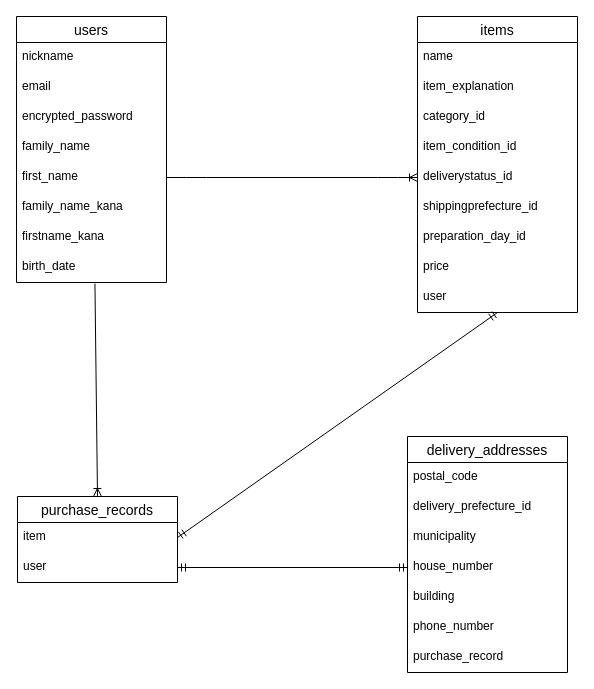
This is furima_31773.dio from hide-sugi/furima-31773, a draw.io file, before an edit. Source tidied: cells renumbered, new cells numbered last; positions are measured from the earlier drawing's top-left corner, leaving out a move shared by most shapes. Both pictures are drawn from the tidied source at 100%, with x=0, y=0 at pixel (16, 16).
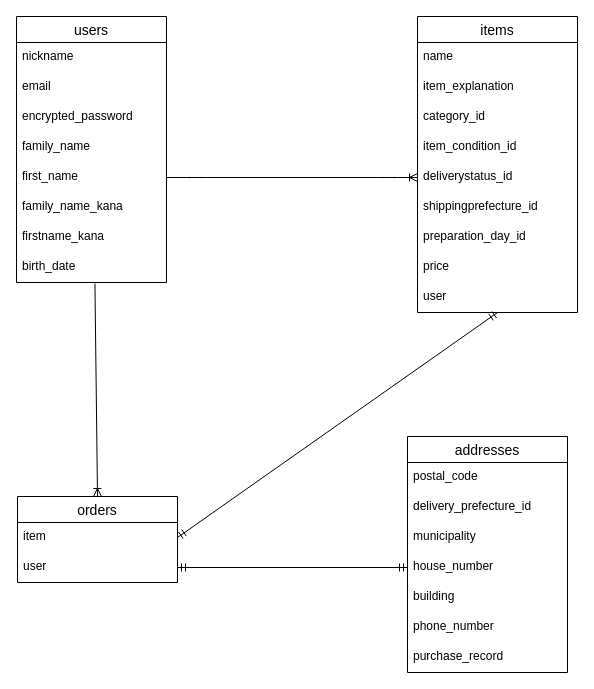
Above is the later version.

What changed in the source:
```diff
@@
-    <mxCell id="23" value="purchase_records" style="swimlane;fontStyle=0;horizontal=1;startSize=26;align=center;fontSize=14;" parent="1" vertex="1">
+    <mxCell id="23" value="orders" style="swimlane;fontStyle=0;horizontal=1;startSize=26;align=center;fontSize=14;" parent="1" vertex="1">
       <mxGeometry x="1" y="480" width="160" height="86" as="geometry" />
     </mxCell>
@@
-    <mxCell id="29" value="delivery_addresses" style="swimlane;fontStyle=0;horizontal=1;startSize=26;align=center;fontSize=14;" parent="1" vertex="1">
+    <mxCell id="29" value="addresses" style="swimlane;fontStyle=0;horizontal=1;startSize=26;align=center;fontSize=14;" parent="1" vertex="1">
       <mxGeometry x="391" y="420" width="160" height="236" as="geometry" />
     </mxCell>
```
